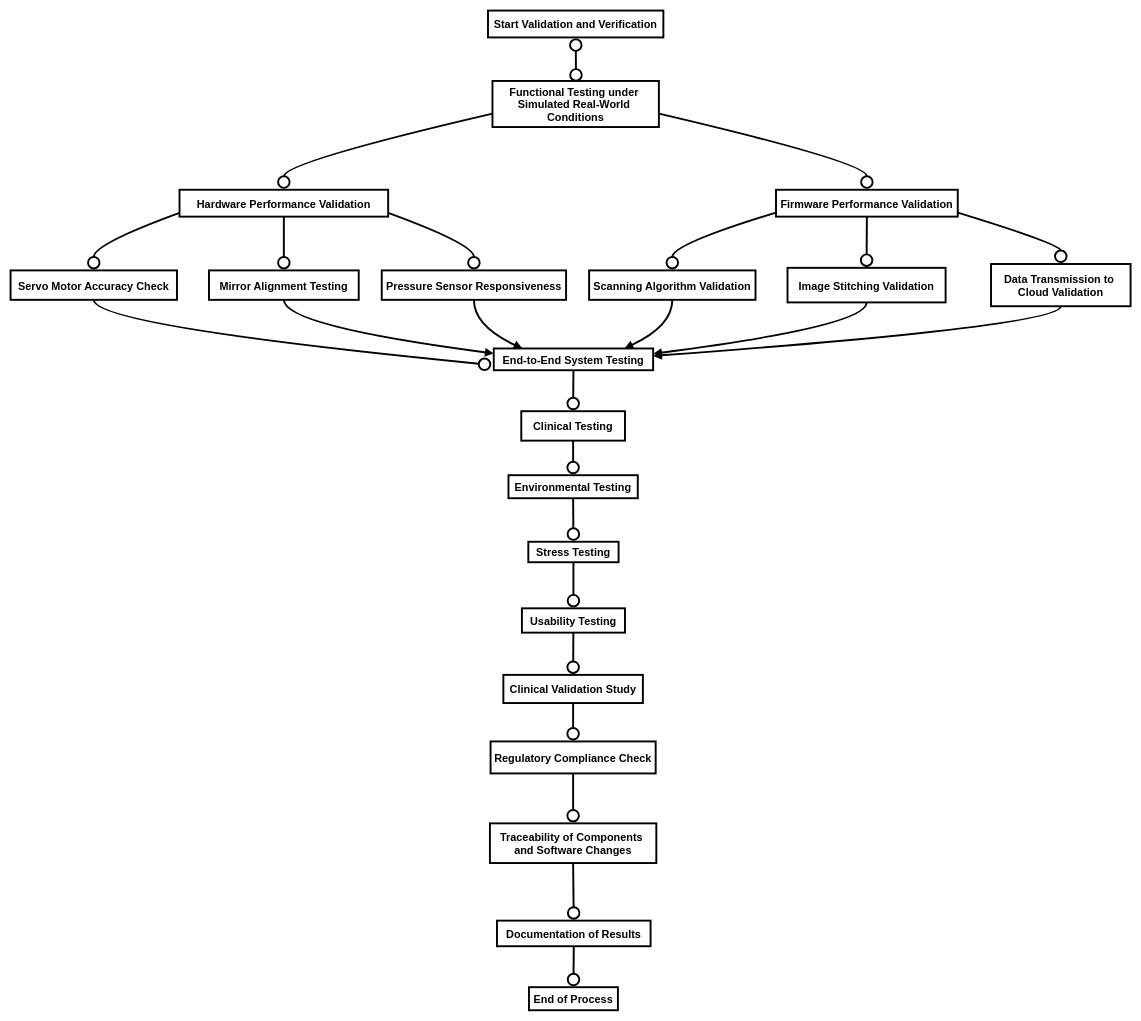
This is HW,FW work plan.drawio from Charlie174/Draw.io, a draw.io file, before an edit. Source tidied: cells renumbered, new cells numbered last; positions are measured from the earlier drawing's top-left corner, leaving out a move shared by most shapes. Both pictures are drawn from the tidied source at 64%, with x=0, y=0 at pixel (10, 10).
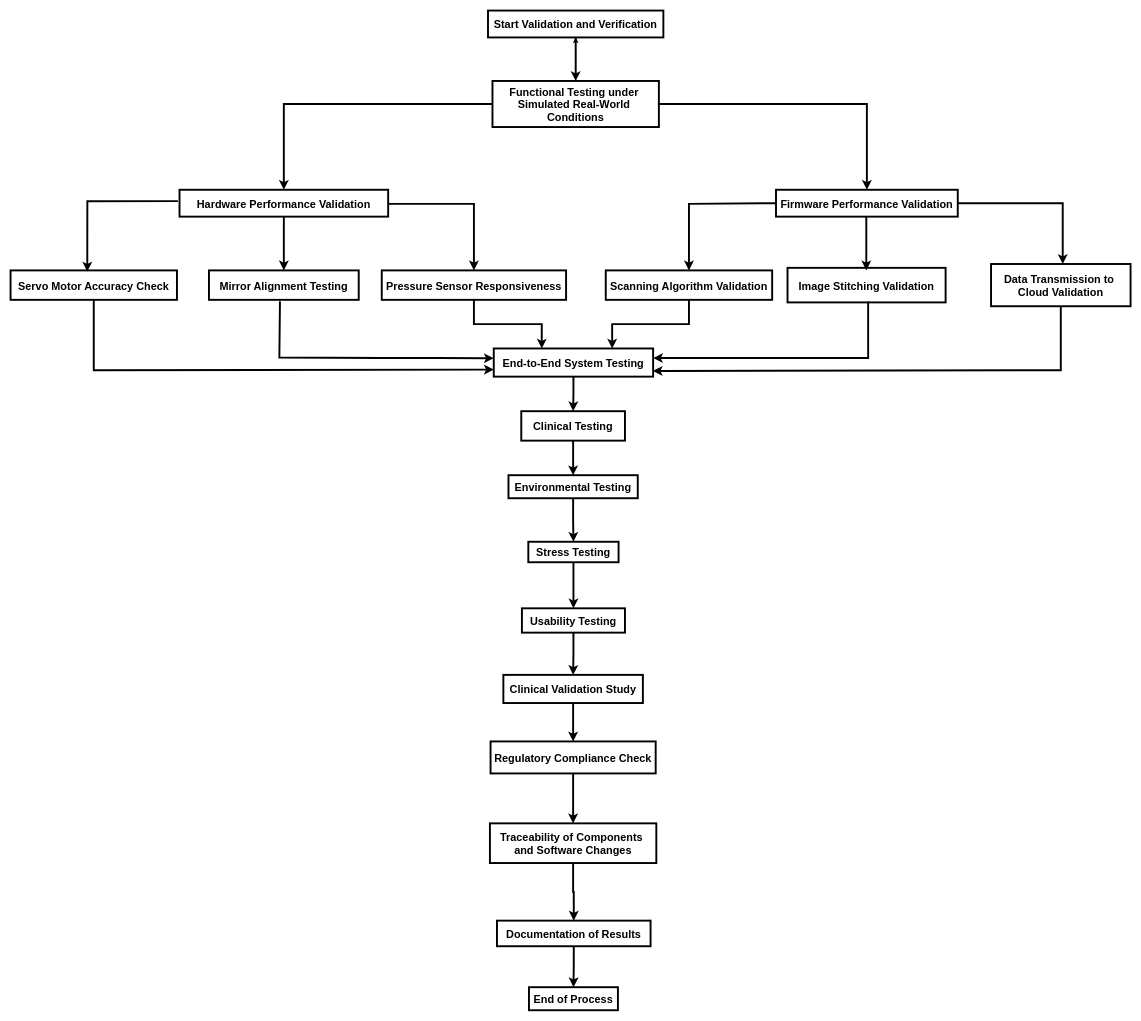
The same diagram, later.

The change refers to these unchanged cells:
```xml
<mxCell id="2" value="Start Validation and Verification" style="fillColor=none;strokeColor=default;strokeWidth=3;fontSize=17;fontStyle=1;" parent="1" vertex="1">
  <mxGeometry x="746" width="274" height="42" as="geometry" />
</mxCell>
<mxCell id="3" value="Functional Testing under &#10;Simulated Real-World &#10;Conditions" style="fillColor=none;strokeColor=default;strokeWidth=3;fontSize=17;fontStyle=1;" parent="1" vertex="1">
  <mxGeometry x="753" y="110" width="260" height="72" as="geometry" />
</mxCell>
<mxCell id="4" value="Hardware Performance Validation" style="fillColor=none;strokeColor=default;strokeWidth=3;fontSize=17;fontStyle=1;" parent="1" vertex="1">
  <mxGeometry x="264" y="280" width="326" height="42" as="geometry" />
</mxCell>
<mxCell id="5" value="Firmware Performance Validation" style="fillColor=none;strokeColor=default;strokeWidth=3;fontSize=17;fontStyle=1;" parent="1" vertex="1">
  <mxGeometry x="1196" y="280" width="284" height="42" as="geometry" />
</mxCell>
<mxCell id="6" value="Servo Motor Accuracy Check" style="fillColor=none;strokeColor=default;strokeWidth=3;fontSize=17;fontStyle=1;" parent="1" vertex="1">
  <mxGeometry y="406" width="260" height="46" as="geometry" />
</mxCell>
<mxCell id="7" value="Mirror Alignment Testing" style="fillColor=none;strokeColor=default;strokeWidth=3;fontSize=17;fontStyle=1;" parent="1" vertex="1">
  <mxGeometry x="310" y="406" width="234" height="46" as="geometry" />
</mxCell>
<mxCell id="8" value="Pressure Sensor Responsiveness" style="fillColor=none;strokeColor=default;strokeWidth=3;fontSize=17;fontStyle=1;" parent="1" vertex="1">
  <mxGeometry x="580" y="406" width="288" height="46" as="geometry" />
</mxCell>
<mxCell id="10" value="Image Stitching Validation" style="fillColor=none;strokeColor=default;strokeWidth=3;fontSize=17;fontStyle=1;" parent="1" vertex="1">
  <mxGeometry x="1214" y="402" width="247" height="54" as="geometry" />
</mxCell>
<mxCell id="11" value="Data Transmission to &#10;Cloud Validation" style="fillColor=none;strokeColor=default;strokeWidth=3;fontSize=17;fontStyle=1;" parent="1" vertex="1">
  <mxGeometry x="1532" y="396" width="218" height="66" as="geometry" />
</mxCell>
<mxCell id="13" value="Clinical Testing" style="fillColor=none;strokeColor=default;strokeWidth=3;fontSize=17;fontStyle=1;" parent="1" vertex="1">
  <mxGeometry x="798" y="626" width="162" height="46" as="geometry" />
</mxCell>
<mxCell id="14" value="Environmental Testing" style="fillColor=none;strokeColor=default;strokeWidth=3;fontSize=17;fontStyle=1;" parent="1" vertex="1">
  <mxGeometry x="778" y="726" width="202" height="36" as="geometry" />
</mxCell>
<mxCell id="15" value="Stress Testing" style="fillColor=none;strokeColor=default;strokeWidth=3;fontSize=17;fontStyle=1;" parent="1" vertex="1">
  <mxGeometry x="809" y="830" width="141" height="32" as="geometry" />
</mxCell>
<mxCell id="16" value="Usability Testing" style="fillColor=none;strokeColor=default;strokeWidth=3;fontSize=17;fontStyle=1;" parent="1" vertex="1">
  <mxGeometry x="799" y="934" width="161" height="38" as="geometry" />
</mxCell>
<mxCell id="17" value="Clinical Validation Study" style="fillColor=none;strokeColor=default;strokeWidth=3;fontSize=17;fontStyle=1;" parent="1" vertex="1">
  <mxGeometry x="770" y="1038" width="218" height="44" as="geometry" />
</mxCell>
<mxCell id="18" value="Regulatory Compliance Check" style="fillColor=none;strokeColor=default;strokeWidth=3;fontSize=17;fontStyle=1;" parent="1" vertex="1">
  <mxGeometry x="750" y="1142" width="258" height="50" as="geometry" />
</mxCell>
<mxCell id="19" value="Traceability of Components &#10;and Software Changes" style="fillColor=none;strokeColor=default;strokeWidth=3;fontSize=17;fontStyle=1;" parent="1" vertex="1">
  <mxGeometry x="749" y="1270" width="260" height="62" as="geometry" />
</mxCell>
<mxCell id="20" value="Documentation of Results" style="fillColor=none;strokeColor=default;strokeWidth=3;fontSize=17;fontStyle=1;" parent="1" vertex="1">
  <mxGeometry x="760" y="1422" width="240" height="40" as="geometry" />
</mxCell>
<mxCell id="21" value="End of Process" style="fillColor=none;strokeColor=default;strokeWidth=3;fontSize=17;fontStyle=1;" parent="1" vertex="1">
  <mxGeometry x="810" y="1526" width="139" height="36" as="geometry" />
</mxCell>
```

Diff of the diagram source:
```diff
@@
+    <mxCell id="22" style="edgeStyle=orthogonalEdgeStyle;rounded=0;jettySize=auto;html=1;strokeWidth=3;" parent="1" edge="1" source="2" target="3">
+      <mxGeometry relative="1" as="geometry" />
+    </mxCell>
@@
+    <mxCell id="46" style="edgeStyle=orthogonalEdgeStyle;rounded=0;jettySize=auto;html=1;" parent="1" edge="1" source="3" target="2">
+      <mxGeometry relative="1" as="geometry" />
+    </mxCell>
@@
+    <mxCell id="26" style="edgeStyle=orthogonalEdgeStyle;rounded=0;jettySize=auto;html=1;strokeWidth=3;" parent="1" edge="1" source="4" target="7">
+      <mxGeometry relative="1" as="geometry" />
+    </mxCell>
@@
+    <mxCell id="33" style="edgeStyle=orthogonalEdgeStyle;rounded=0;jettySize=auto;html=1;strokeWidth=3;" parent="1" edge="1" source="8" target="12">
+      <mxGeometry relative="1" as="geometry">
+        <Array as="points">
+          <mxPoint x="724" y="490" />
+          <mxPoint x="830" y="490" />
+        </Array>
+      </mxGeometry>
+    </mxCell>
@@
+    <mxCell id="34" style="edgeStyle=orthogonalEdgeStyle;rounded=0;jettySize=auto;html=1;strokeWidth=3;" parent="1" edge="1" source="9" target="12">
+      <mxGeometry relative="1" as="geometry">
+        <Array as="points">
+          <mxPoint x="1060" y="490" />
+          <mxPoint x="940" y="490" />
+        </Array>
+      </mxGeometry>
+    </mxCell>
     <mxCell id="9" value="Scanning Algorithm Validation" style="fillColor=none;strokeColor=default;strokeWidth=3;fontSize=17;fontStyle=1;" parent="1" vertex="1">
-      <mxGeometry x="904" y="406" width="260" height="46" as="geometry" />
+      <mxGeometry x="930" y="406" width="260" height="46" as="geometry" />
     </mxCell>
@@
+    <mxCell id="37" style="edgeStyle=orthogonalEdgeStyle;rounded=0;jettySize=auto;html=1;strokeWidth=3;" parent="1" edge="1" source="12" target="13">
+      <mxGeometry relative="1" as="geometry" />
+    </mxCell>
     <mxCell id="12" value="End-to-End System Testing" style="fillColor=none;strokeColor=default;strokeWidth=3;fontSize=17;fontStyle=1;" parent="1" vertex="1">
-      <mxGeometry x="755" y="528" width="249" height="34" as="geometry" />
+      <mxGeometry x="755" y="528" width="249" height="44" as="geometry" />
     </mxCell>
+    <mxCell id="38" style="edgeStyle=orthogonalEdgeStyle;rounded=0;jettySize=auto;html=1;strokeWidth=3;" parent="1" edge="1" source="13" target="14">
+      <mxGeometry relative="1" as="geometry" />
+    </mxCell>
@@
+    <mxCell id="39" style="edgeStyle=orthogonalEdgeStyle;rounded=0;jettySize=auto;html=1;strokeWidth=3;" parent="1" edge="1" source="14" target="15">
+      <mxGeometry relative="1" as="geometry" />
+    </mxCell>
@@
+    <mxCell id="40" style="edgeStyle=orthogonalEdgeStyle;rounded=0;jettySize=auto;html=1;strokeWidth=3;" parent="1" edge="1" source="15" target="16">
+      <mxGeometry relative="1" as="geometry" />
+    </mxCell>
@@
+    <mxCell id="41" style="edgeStyle=orthogonalEdgeStyle;rounded=0;jettySize=auto;html=1;strokeWidth=3;" parent="1" edge="1" source="16" target="17">
+      <mxGeometry relative="1" as="geometry" />
+    </mxCell>
@@
+    <mxCell id="42" style="edgeStyle=orthogonalEdgeStyle;rounded=0;jettySize=auto;html=1;strokeWidth=3;" parent="1" edge="1" source="17" target="18">
+      <mxGeometry relative="1" as="geometry" />
+    </mxCell>
@@
+    <mxCell id="43" style="edgeStyle=orthogonalEdgeStyle;rounded=0;jettySize=auto;html=1;strokeWidth=3;" parent="1" edge="1" source="18" target="19">
+      <mxGeometry relative="1" as="geometry" />
+    </mxCell>
@@
+    <mxCell id="44" style="edgeStyle=orthogonalEdgeStyle;rounded=0;jettySize=auto;html=1;strokeWidth=3;" parent="1" edge="1" source="19" target="20">
+      <mxGeometry relative="1" as="geometry" />
+    </mxCell>
@@
+    <mxCell id="45" style="edgeStyle=orthogonalEdgeStyle;rounded=0;jettySize=auto;html=1;strokeWidth=3;" parent="1" edge="1" source="20" target="21">
+      <mxGeometry relative="1" as="geometry" />
+    </mxCell>
@@
-    <mxCell id="22" style="curved=1;startArrow=circle;startFill=0;endArrow=circle;endFill=0;rounded=0;strokeColor=default;strokeWidth=3;fontSize=17;entryX=0.502;entryY=0.035;entryDx=0;entryDy=0;entryPerimeter=0;fontStyle=1;" parent="1" edge="1" source="2" target="3">
-      <mxGeometry relative="1" as="geometry" />
-    </mxCell>
-    <mxCell id="23" style="curved=1;startArrow=none;endArrow=circle;endFill=0;exitX=0;exitY=0.71;entryX=0.5;entryY=0;rounded=0;strokeColor=default;strokeWidth=3;fontSize=17;fontStyle=1;" parent="1" edge="1" source="3" target="4">
+    <mxCell id="23" style="endArrow=classic;html=1;rounded=0;entryX=0.5;entryY=0;entryDx=0;entryDy=0;exitX=0;exitY=0.5;exitDx=0;exitDy=0;strokeWidth=3;" parent="1" edge="1" source="3" target="4">
       <mxGeometry relative="1" as="geometry">
         <Array as="points">
-          <mxPoint x="427" y="237" />
+          <mxPoint x="427" y="146" />
         </Array>
       </mxGeometry>
     </mxCell>
-    <mxCell id="24" style="curved=1;startArrow=none;endArrow=circle;endFill=0;exitX=1;exitY=0.71;entryX=0.5;entryY=0;rounded=0;strokeColor=default;strokeWidth=3;fontSize=17;fontStyle=1;" parent="1" edge="1" source="3" target="5">
+    <mxCell id="24" style="endArrow=classic;html=1;rounded=0;entryX=0.5;entryY=0;entryDx=0;entryDy=0;exitX=1;exitY=0.5;exitDx=0;exitDy=0;strokeWidth=3;" parent="1" edge="1" source="3" target="5">
       <mxGeometry relative="1" as="geometry">
         <Array as="points">
-          <mxPoint x="1338" y="237" />
+          <mxPoint x="1338" y="146" />
         </Array>
       </mxGeometry>
     </mxCell>
+    <mxCell id="47" style="endArrow=classic;html=1;rounded=0;entryX=0.5;entryY=0;entryDx=0;entryDy=0;strokeWidth=3;exitX=0;exitY=0.5;exitDx=0;exitDy=0;" parent="1" edge="1" source="5">
+      <mxGeometry relative="1" as="geometry">
+        <mxPoint x="1060" y="406" as="targetPoint" />
+        <Array as="points">
+          <mxPoint x="1060" y="302" />
+          <mxPoint x="1060" y="352" />
+        </Array>
+      </mxGeometry>
+    </mxCell>
+    <mxCell id="48" style="endArrow=classic;html=1;rounded=0;entryX=0.5;entryY=0;entryDx=0;entryDy=0;exitX=1;exitY=0.5;exitDx=0;exitDy=0;strokeWidth=3;" parent="1" edge="1" target="8">
+      <mxGeometry relative="1" as="geometry">
+        <mxPoint x="590" y="302" as="sourcePoint" />
+        <Array as="points">
+          <mxPoint x="724" y="302" />
+        </Array>
+      </mxGeometry>
+    </mxCell>
-    <mxCell id="25" style="curved=1;startArrow=none;endArrow=circle;endFill=0;exitX=0;exitY=0.86;entryX=0.5;entryY=0;rounded=0;strokeColor=default;strokeWidth=3;fontSize=17;fontStyle=1;" parent="1" edge="1" source="4" target="6">
+    <mxCell id="25" style="endArrow=classic;html=1;rounded=0;entryX=0.461;entryY=0.039;entryDx=0;entryDy=0;strokeWidth=3;exitX=-0.008;exitY=0.424;exitDx=0;exitDy=0;exitPerimeter=0;entryPerimeter=0;" parent="1" edge="1" source="4" target="6">
       <mxGeometry relative="1" as="geometry">
         <Array as="points">
-          <mxPoint x="130" y="365" />
+          <mxPoint x="120" y="298" />
         </Array>
       </mxGeometry>
     </mxCell>
-    <mxCell id="26" style="curved=1;startArrow=none;endArrow=circle;endFill=0;exitX=0.5;exitY=1;entryX=0.5;entryY=0;rounded=0;strokeColor=default;strokeWidth=3;fontSize=17;fontStyle=1;" parent="1" edge="1" source="4" target="7">
-      <mxGeometry relative="1" as="geometry" />
-    </mxCell>
-    <mxCell id="27" style="curved=1;startArrow=none;endArrow=circle;endFill=0;exitX=1;exitY=0.86;entryX=0.5;entryY=0;rounded=0;strokeColor=default;strokeWidth=3;fontSize=17;fontStyle=1;" parent="1" edge="1" source="4" target="8">
-      <mxGeometry relative="1" as="geometry">
-        <Array as="points">
-          <mxPoint x="724" y="365" />
-        </Array>
-      </mxGeometry>
-    </mxCell>
-    <mxCell id="28" style="curved=1;startArrow=none;endArrow=circle;endFill=0;exitX=0;exitY=0.85;entryX=0.5;entryY=0;rounded=0;strokeColor=default;strokeWidth=3;fontSize=17;fontStyle=1;" parent="1" edge="1" source="5" target="9">
-      <mxGeometry relative="1" as="geometry">
-        <Array as="points">
-          <mxPoint x="1034" y="365" />
-        </Array>
-      </mxGeometry>
-    </mxCell>
-    <mxCell id="29" style="curved=1;startArrow=none;endArrow=circle;endFill=0;exitX=0.5;exitY=1;entryX=0.5;entryY=0;rounded=0;strokeColor=default;strokeWidth=3;fontSize=17;fontStyle=1;" parent="1" edge="1" source="5" target="10">
-      <mxGeometry relative="1" as="geometry" />
-    </mxCell>
-    <mxCell id="30" style="curved=1;startArrow=none;endArrow=circle;endFill=0;exitX=1;exitY=0.85;entryX=0.5;entryY=0;rounded=0;strokeColor=default;strokeWidth=3;fontSize=17;fontStyle=1;" parent="1" edge="1" source="5" target="11">
-      <mxGeometry relative="1" as="geometry">
-        <Array as="points">
-          <mxPoint x="1641" y="365" />
-        </Array>
-      </mxGeometry>
-    </mxCell>
+    <mxCell id="49" style="edgeStyle=orthogonalEdgeStyle;rounded=0;orthogonalLoop=1;jettySize=auto;html=1;strokeWidth=3;" parent="1" edge="1">
+      <mxGeometry relative="1" as="geometry">
+        <mxPoint x="1337.1" y="322" as="sourcePoint" />
+        <mxPoint x="1337.1" y="406" as="targetPoint" />
+      </mxGeometry>
+    </mxCell>
+    <mxCell id="50" style="endArrow=classic;html=1;rounded=0;entryX=0.5;entryY=0;entryDx=0;entryDy=0;exitX=1;exitY=0.5;exitDx=0;exitDy=0;strokeWidth=3;" parent="1" edge="1" source="5">
+      <mxGeometry relative="1" as="geometry">
+        <mxPoint x="1644" y="396" as="targetPoint" />
+        <Array as="points">
+          <mxPoint x="1644" y="301" />
+        </Array>
+      </mxGeometry>
+    </mxCell>
-    <mxCell id="31" style="curved=1;startArrow=none;endArrow=circle;endFill=0;exitX=0.5;exitY=1;entryX=-0.01;entryY=0.761;rounded=0;strokeColor=default;strokeWidth=3;fontSize=17;fontStyle=1;entryDx=0;entryDy=0;entryPerimeter=0;" parent="1" edge="1" source="6" target="12">
+    <mxCell id="31" style="endArrow=classic;html=1;rounded=0;exitX=0.5;exitY=1;exitDx=0;exitDy=0;entryX=0;entryY=0.75;entryDx=0;entryDy=0;strokeWidth=3;" parent="1" edge="1" source="6" target="12">
       <mxGeometry relative="1" as="geometry">
         <Array as="points">
-          <mxPoint x="130" y="493" />
+          <mxPoint x="130" y="562" />
         </Array>
       </mxGeometry>
     </mxCell>
-    <mxCell id="32" style="curved=1;startArrow=none;endArrow=block;exitX=0.5;exitY=1;entryX=0;entryY=0.23;rounded=0;strokeColor=default;strokeWidth=3;fontSize=17;fontStyle=1;" parent="1" edge="1" source="7" target="12">
-      <mxGeometry relative="1" as="geometry">
-        <Array as="points">
-          <mxPoint x="427" y="493" />
-        </Array>
-      </mxGeometry>
-    </mxCell>
-    <mxCell id="33" style="curved=1;startArrow=none;endArrow=block;exitX=0.5;exitY=1;entryX=0.18;entryY=0;rounded=0;strokeColor=default;strokeWidth=3;fontSize=17;fontStyle=1;" parent="1" edge="1" source="8" target="12">
-      <mxGeometry relative="1" as="geometry">
-        <Array as="points">
-          <mxPoint x="724" y="493" />
-        </Array>
-      </mxGeometry>
-    </mxCell>
-    <mxCell id="34" style="curved=1;startArrow=none;endArrow=block;exitX=0.5;exitY=1;entryX=0.82;entryY=0;rounded=0;strokeColor=default;strokeWidth=3;fontSize=17;fontStyle=1;" parent="1" edge="1" source="9" target="12">
-      <mxGeometry relative="1" as="geometry">
-        <Array as="points">
-          <mxPoint x="1034" y="493" />
-        </Array>
-      </mxGeometry>
-    </mxCell>
-    <mxCell id="35" style="curved=1;startArrow=none;endArrow=block;exitX=0.5;exitY=1;entryX=1;entryY=0.24;rounded=0;strokeColor=default;strokeWidth=3;fontSize=17;fontStyle=1;" parent="1" edge="1" source="10" target="12">
-      <mxGeometry relative="1" as="geometry">
-        <Array as="points">
-          <mxPoint x="1338" y="493" />
-        </Array>
-      </mxGeometry>
-    </mxCell>
+    <mxCell id="51" style="endArrow=classic;html=1;rounded=0;exitX=0.474;exitY=1.052;exitDx=0;exitDy=0;strokeWidth=3;entryX=0;entryY=0.141;entryDx=0;entryDy=0;entryPerimeter=0;exitPerimeter=0;" parent="1" edge="1" source="7">
+      <mxGeometry relative="1" as="geometry">
+        <mxPoint x="755" y="543.2" as="targetPoint" />
+        <Array as="points">
+          <mxPoint x="420" y="542" />
+          <mxPoint x="580" y="543" />
+          <mxPoint x="670" y="543" />
+        </Array>
+      </mxGeometry>
+    </mxCell>
-    <mxCell id="36" style="curved=1;startArrow=none;endArrow=block;exitX=0.5;exitY=1;entryX=1;entryY=0.34;rounded=0;strokeColor=default;strokeWidth=3;fontSize=17;fontStyle=1;" parent="1" edge="1" source="11" target="12">
+    <mxCell id="36" style="endArrow=classic;html=1;rounded=0;strokeWidth=3;entryX=0.998;entryY=0.798;entryDx=0;entryDy=0;entryPerimeter=0;exitX=0.5;exitY=1;exitDx=0;exitDy=0;" parent="1" edge="1" source="11" target="12">
       <mxGeometry relative="1" as="geometry">
         <Array as="points">
-          <mxPoint x="1641" y="493" />
+          <mxPoint x="1641" y="562" />
         </Array>
       </mxGeometry>
     </mxCell>
-    <mxCell id="37" style="curved=1;startArrow=none;endArrow=circle;endFill=0;exitX=0.5;exitY=1;entryX=0.5;entryY=0;rounded=0;strokeColor=default;strokeWidth=3;fontSize=17;fontStyle=1;" parent="1" edge="1" source="12" target="13">
-      <mxGeometry relative="1" as="geometry" />
-    </mxCell>
-    <mxCell id="38" style="curved=1;startArrow=none;endArrow=circle;endFill=0;exitX=0.5;exitY=1;entryX=0.5;entryY=0;rounded=0;strokeColor=default;strokeWidth=3;fontSize=17;fontStyle=1;" parent="1" edge="1" source="13" target="14">
-      <mxGeometry relative="1" as="geometry" />
-    </mxCell>
-    <mxCell id="39" style="curved=1;startArrow=none;endArrow=circle;endFill=0;exitX=0.5;exitY=1;entryX=0.5;entryY=0;rounded=0;strokeColor=default;strokeWidth=3;fontSize=17;fontStyle=1;" parent="1" edge="1" source="14" target="15">
-      <mxGeometry relative="1" as="geometry" />
-    </mxCell>
-    <mxCell id="40" style="curved=1;startArrow=none;endArrow=circle;endFill=0;exitX=0.5;exitY=1;entryX=0.5;entryY=0;rounded=0;strokeColor=default;strokeWidth=3;fontSize=17;fontStyle=1;" parent="1" edge="1" source="15" target="16">
-      <mxGeometry relative="1" as="geometry" />
-    </mxCell>
-    <mxCell id="41" style="curved=1;startArrow=none;endArrow=circle;endFill=0;entryX=0.5;entryY=0;rounded=0;strokeColor=default;strokeWidth=3;fontSize=17;fontStyle=1;" parent="1" edge="1" source="16" target="17">
-      <mxGeometry relative="1" as="geometry" />
-    </mxCell>
-    <mxCell id="42" style="curved=1;startArrow=none;endArrow=circle;endFill=0;exitX=0.5;exitY=1;entryX=0.5;entryY=0;rounded=0;strokeColor=default;strokeWidth=3;fontSize=17;fontStyle=1;" parent="1" edge="1" source="17" target="18">
-      <mxGeometry relative="1" as="geometry" />
-    </mxCell>
-    <mxCell id="43" style="curved=1;startArrow=none;endArrow=circle;endFill=0;exitX=0.5;exitY=1;entryX=0.5;entryY=0;rounded=0;strokeColor=default;strokeWidth=3;fontSize=17;fontStyle=1;" parent="1" edge="1" source="18" target="19">
-      <mxGeometry relative="1" as="geometry" />
-    </mxCell>
-    <mxCell id="44" style="curved=1;startArrow=none;endArrow=circle;endFill=0;exitX=0.5;exitY=1;entryX=0.5;entryY=0;rounded=0;strokeColor=default;strokeWidth=3;fontSize=17;fontStyle=1;" parent="1" edge="1" source="19" target="20">
-      <mxGeometry relative="1" as="geometry" />
-    </mxCell>
-    <mxCell id="45" style="curved=1;startArrow=none;endArrow=circle;endFill=0;exitX=0.5;exitY=1;entryX=0.5;entryY=0;rounded=0;strokeColor=default;strokeWidth=3;fontSize=17;fontStyle=1;" parent="1" edge="1" source="20" target="21">
-      <mxGeometry relative="1" as="geometry" />
-    </mxCell>
+    <mxCell id="52" style="endArrow=classic;html=1;rounded=0;strokeWidth=3;entryX=0.998;entryY=0.798;entryDx=0;entryDy=0;entryPerimeter=0;exitX=0.51;exitY=0.976;exitDx=0;exitDy=0;exitPerimeter=0;" parent="1" edge="1" source="10">
+      <mxGeometry relative="1" as="geometry">
+        <mxPoint x="1004" y="543" as="targetPoint" />
+        <Array as="points">
+          <mxPoint x="1340" y="543" />
+        </Array>
+      </mxGeometry>
+    </mxCell>
```
